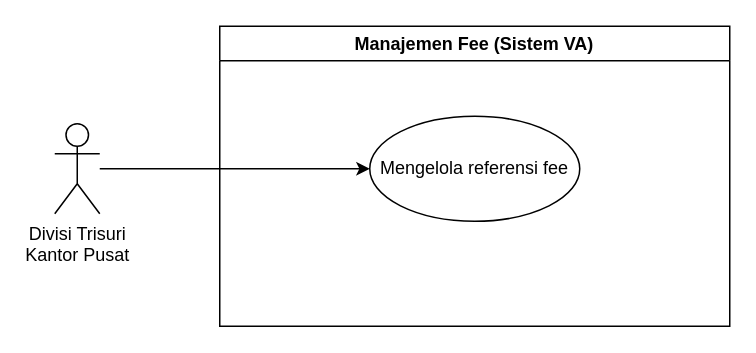
The draw.io diagram page "Manajemen Fee" (10 of 14) of actor-or-user-role.drawio in aribrilliantsyah/fsd_va_bpd_diy, before the edit. Source tidied: cells renumbered, new cells numbered last; positions are measured from the earlier drawing's top-left corner, leaving out a move shared by most shapes. Both pictures are drawn from the tidied source at 150%, with x=0, y=0 at pixel (54, 26).
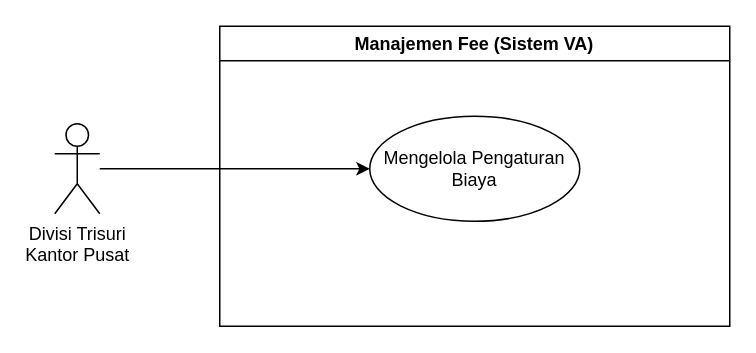
After the change.

Change to the diagram source:
```diff
@@
 <mxGraphModel>
   <root>
     <mxCell id="0" />
     <mxCell id="1" parent="0" />
     <mxCell id="2" style="rounded=0;jettySize=auto;html=1;entryX=0;entryY=0.5;entryDx=0;entryDy=0;" parent="1" edge="1" source="3" target="5">
       <mxGeometry relative="1" as="geometry" />
     </mxCell>
     <mxCell id="3" value="Divisi Trisuri &lt;br&gt;Kantor Pusat" style="shape=umlActor;verticalLabelPosition=bottom;verticalAlign=top;html=1;outlineConnect=0;" parent="1" vertex="1">
       <mxGeometry y="65" width="30" height="60" as="geometry" />
     </mxCell>
     <mxCell id="4" value="Manajemen Fee (Sistem VA)" style="swimlane;startSize=23;" parent="1" vertex="1">
       <mxGeometry x="110" width="340" height="200" as="geometry" />
     </mxCell>
-    <mxCell id="5" value="Mengelola referensi fee" style="ellipse;whiteSpace=wrap;html=1;" parent="4" vertex="1">
+    <mxCell id="5" value="Mengelola Pengaturan Biaya" style="ellipse;whiteSpace=wrap;html=1;" parent="4" vertex="1">
       <mxGeometry x="100" y="60" width="140" height="70" as="geometry" />
     </mxCell>
   </root>
 </mxGraphModel>
```
